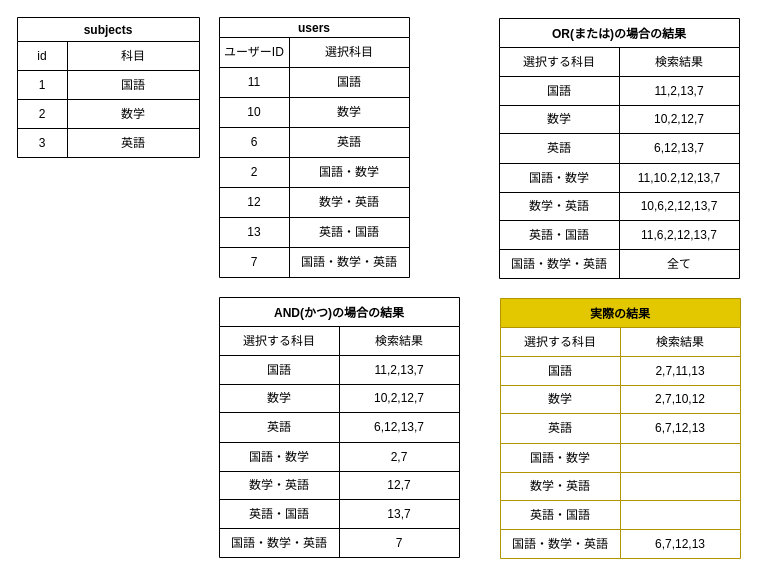
This is page "検索機能実装" (4 of 4) of compass.dio from I-Kouta/compass, a draw.io file, before an edit. Source tidied: cells renumbered, new cells numbered last; positions are measured from the earlier drawing's top-left corner, leaving out a move shared by most shapes. Both pictures are drawn from the tidied source at 100%, with x=0, y=0 at pixel (17, 17).
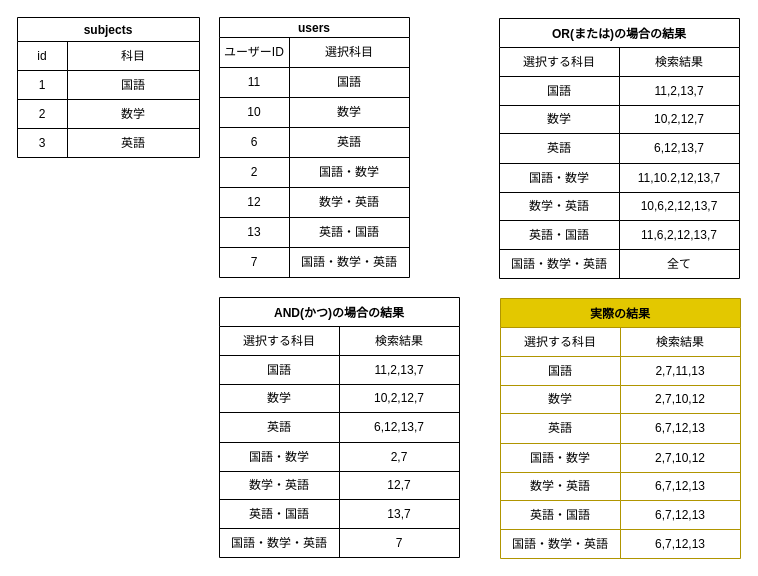
The same page after the edit.

Commit message:
現状の検索結果まとめ

The change refers to these unchanged cells:
```xml
<mxCell id="103" style="shape=partialRectangle;html=1;whiteSpace=wrap;fillColor=none;top=0;left=0;bottom=0;right=0;" parent="90" vertex="1">
  <mxGeometry y="145" width="240" height="29" as="geometry" />
</mxCell>
<mxCell id="106" style="shape=partialRectangle;html=1;whiteSpace=wrap;fillColor=none;top=0;left=0;bottom=0;right=0;" parent="90" vertex="1">
  <mxGeometry y="174" width="240" height="28" as="geometry" />
</mxCell>
<mxCell id="109" style="shape=partialRectangle;html=1;whiteSpace=wrap;fillColor=none;top=0;left=0;bottom=0;right=0;" parent="90" vertex="1">
  <mxGeometry y="202" width="240" height="29" as="geometry" />
</mxCell>
```

Change to the diagram source:
```diff
@@
-    <mxCell id="105" style="shape=partialRectangle;html=1;whiteSpace=wrap;fillColor=none;top=0;left=0;bottom=0;right=0;overflow=hidden;" parent="103" vertex="1">
+    <mxCell id="105" value="2,7,10,12" style="shape=partialRectangle;html=1;whiteSpace=wrap;fillColor=none;top=0;left=0;bottom=0;right=0;overflow=hidden;" parent="103" vertex="1">
       <mxGeometry x="120" width="120" height="29" as="geometry" />
     </mxCell>
@@
-    <mxCell id="108" style="shape=partialRectangle;html=1;whiteSpace=wrap;fillColor=none;top=0;left=0;bottom=0;right=0;overflow=hidden;" parent="106" vertex="1">
+    <mxCell id="108" value="6,7,12,13" style="shape=partialRectangle;html=1;whiteSpace=wrap;fillColor=none;top=0;left=0;bottom=0;right=0;overflow=hidden;" parent="106" vertex="1">
       <mxGeometry x="120" width="120" height="28" as="geometry" />
     </mxCell>
@@
-    <mxCell id="111" style="shape=partialRectangle;html=1;whiteSpace=wrap;fillColor=none;top=0;left=0;bottom=0;right=0;overflow=hidden;" parent="109" vertex="1">
+    <mxCell id="111" value="6,7,12,13" style="shape=partialRectangle;html=1;whiteSpace=wrap;fillColor=none;top=0;left=0;bottom=0;right=0;overflow=hidden;" parent="109" vertex="1">
       <mxGeometry x="120" width="120" height="29" as="geometry" />
     </mxCell>
```
